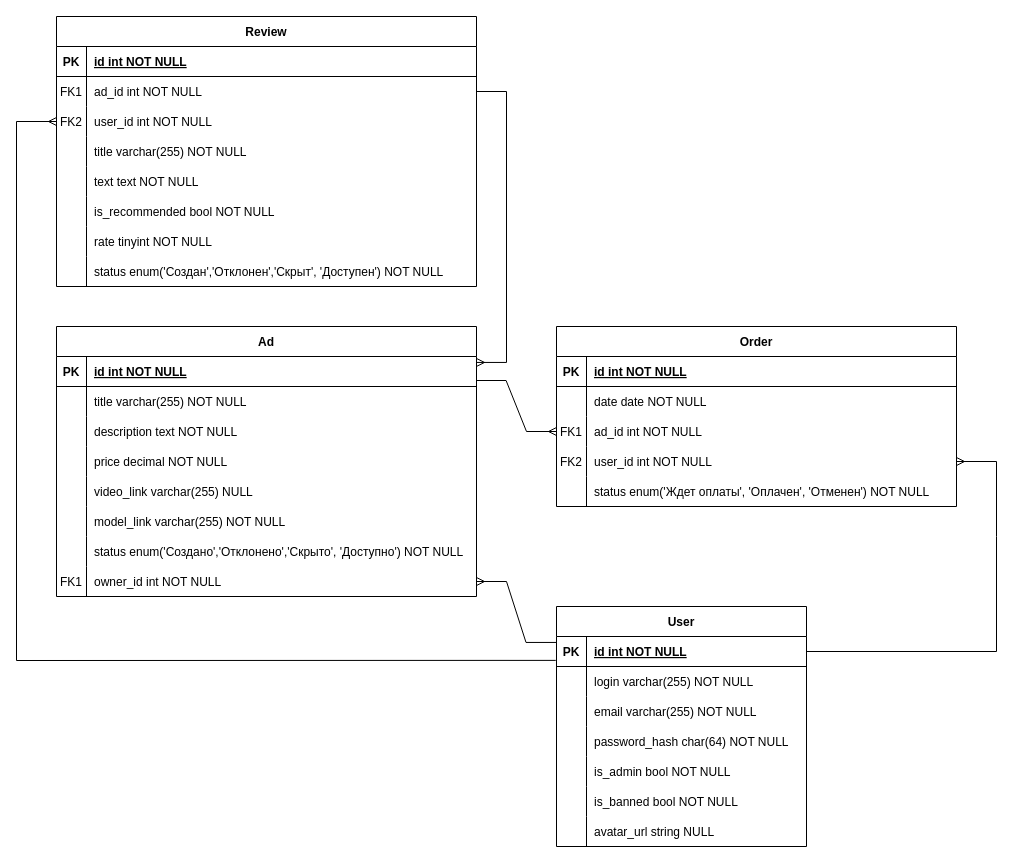
Earlier version of the draw.io diagram Diagrams/ERD.drawio (DogNellaf/c2c-market). Source tidied: cells renumbered, new cells numbered last; positions are measured from the earlier drawing's top-left corner, leaving out a move shared by most shapes. Both pictures are drawn from the tidied source at 100%, with x=0, y=0 at pixel (16, 16).
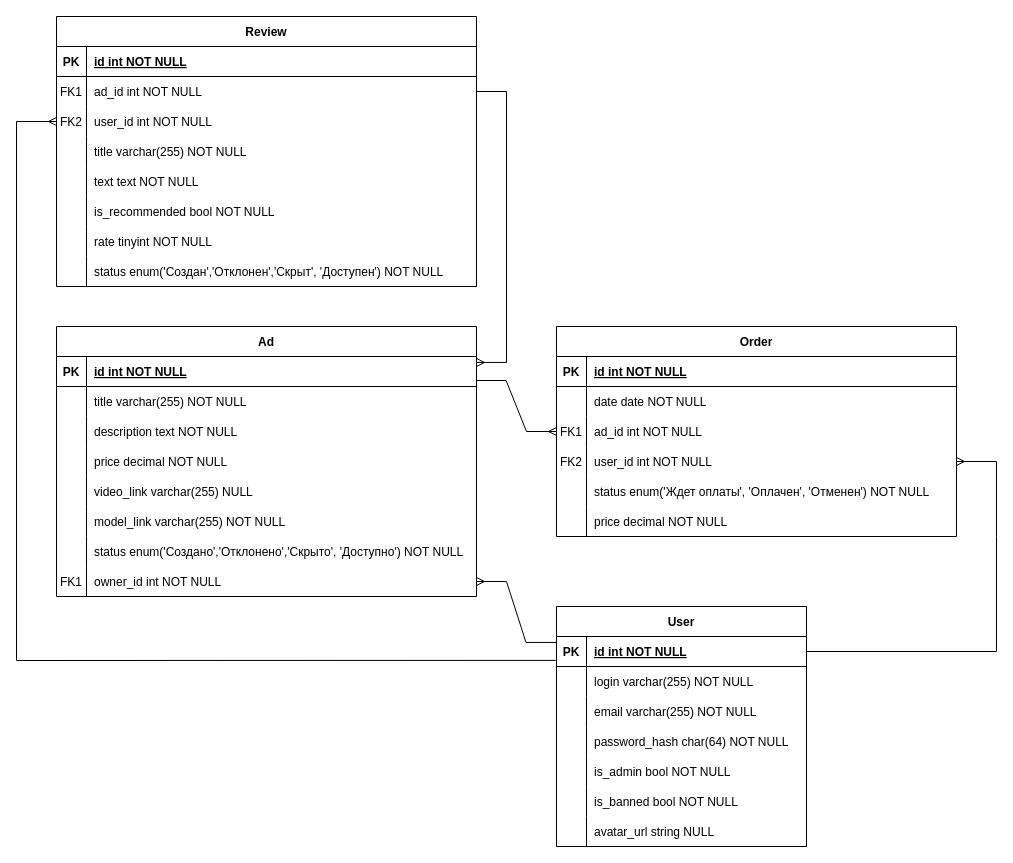
The same page after the edit.

Diff of the diagram source:
```diff
@@
     <mxCell id="2" value="Order" style="shape=table;startSize=30;childLayout=tableLayout;rowLines=0;fontStyle=1;align=center;" parent="1" vertex="1">
-      <mxGeometry x="540" y="310" width="400" height="180" as="geometry" />
+      <mxGeometry x="540" y="310" width="400" height="210" as="geometry" />
     </mxCell>
@@
+    <mxCell id="95" style="shape=partialRectangle;fillColor=none;top=0;left=0;right=0;bottom=0;" parent="2" vertex="1">
+      <mxGeometry y="180" width="400" height="30" as="geometry" />
+    </mxCell>
+    <mxCell id="96" style="shape=partialRectangle;overflow=hidden;fillColor=none;top=0;left=0;bottom=0;right=0;" parent="95" vertex="1">
+      <mxGeometry width="30" height="30" as="geometry" />
+    </mxCell>
+    <mxCell id="97" value="price decimal NOT NULL" style="shape=partialRectangle;overflow=hidden;fillColor=none;top=0;left=0;bottom=0;right=0;align=left;spacingLeft=6;" parent="95" vertex="1">
+      <mxGeometry x="30" width="370" height="30" as="geometry" />
+    </mxCell>
```
